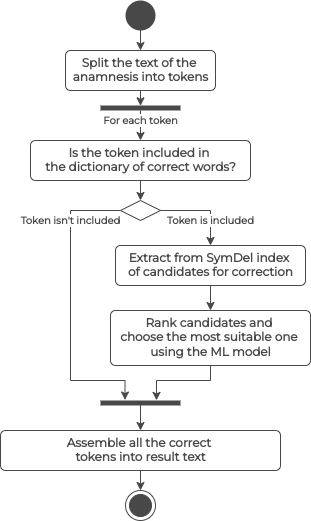
Earlier version of the draw.io export figures/spellchecking_process.png (DmitryPogrebnoy/MedSpellChecker). Source tidied: cells renumbered, new cells last; positions are measured from the earlier drawing's top-left corner, leaving out a move shared by most shapes. Its diagram source:
```xml
<mxGraphModel>
  <root>
    <mxCell id="0" />
    <mxCell id="1" parent="0" />
    <mxCell id="2" style="edgeStyle=orthogonalEdgeStyle;rounded=0;jettySize=auto;html=1;exitX=0.5;exitY=1;exitDx=0;exitDy=0;entryX=0.5;entryY=0;entryDx=0;entryDy=0;strokeColor=#484848;" parent="1" edge="1" source="3" target="4">
      <mxGeometry relative="1" as="geometry">
        <Array as="points">
          <mxPoint x="140" y="10" />
        </Array>
      </mxGeometry>
    </mxCell>
    <mxCell id="3" style="ellipse;fillColor=#484848;strokeColor=none;" parent="1" vertex="1">
      <mxGeometry x="125" width="30" height="30" as="geometry" />
    </mxCell>
    <mxCell id="4" value="&lt;font color=&quot;#484848&quot;&gt;&lt;b&gt;Split the text of the &lt;br&gt;anamnesis into tokens&lt;/b&gt;&lt;/font&gt;" style="html=1;align=center;verticalAlign=top;rounded=1;absoluteArcSize=1;arcSize=10;dashed=0;fillColor=#FFFFFF;strokeColor=#484848;fontFamily=Montserrat;fontSource=https%3A%2F%2Ffonts.googleapis.com%2Fcss%3Ffamily%3DMontserrat;" parent="1" vertex="1">
      <mxGeometry x="65" y="50" width="150" height="40" as="geometry" />
    </mxCell>
    <mxCell id="5" value="&lt;b style=&quot;color: rgb(72 , 72 , 72) ; font-family: &amp;#34;montserrat&amp;#34; ; font-size: x-small ; font-style: normal ; letter-spacing: normal ; text-align: center ; text-indent: 0px ; text-transform: none ; word-spacing: 0px&quot;&gt;For each token&lt;/b&gt;" style="edgeStyle=orthogonalEdgeStyle;rounded=0;jettySize=auto;html=1;strokeColor=#484848;exitX=1.031;exitY=0.5;exitDx=0;exitDy=0;exitPerimeter=0;" parent="1" edge="1" source="19" target="6">
      <mxGeometry x="0.2" relative="1" as="geometry" />
    </mxCell>
    <mxCell id="6" value="&lt;b&gt;&lt;font color=&quot;#484848&quot;&gt;Is the token included in &lt;br&gt;the dictionary of correct words?&lt;/font&gt;&lt;/b&gt;" style="html=1;align=center;verticalAlign=top;rounded=1;absoluteArcSize=1;arcSize=10;dashed=0;fillColor=#FFFFFF;strokeColor=#484848;fontFamily=Montserrat;fontSource=https%3A%2F%2Ffonts.googleapis.com%2Fcss%3Ffamily%3DMontserrat;" parent="1" vertex="1">
      <mxGeometry x="30" y="140" width="220" height="40" as="geometry" />
    </mxCell>
    <mxCell id="7" style="rhombus;strokeColor=#484848;fillColor=#FFFFFF;direction=north;rotation=90;" parent="1" vertex="1">
      <mxGeometry x="130" y="190" width="20" height="40" as="geometry" />
    </mxCell>
    <mxCell id="8" style="edgeStyle=orthogonalEdgeStyle;rounded=0;jettySize=auto;html=1;strokeColor=#484848;exitX=0.5;exitY=1;exitDx=0;exitDy=0;entryX=0.5;entryY=0;entryDx=0;entryDy=0;" parent="1" edge="1" source="6" target="7">
      <mxGeometry x="-0.11" relative="1" as="geometry" />
    </mxCell>
    <mxCell id="9" value="&lt;font color=&quot;#484848&quot; face=&quot;montserrat&quot; size=&quot;1&quot;&gt;&lt;b&gt;Token is included&lt;/b&gt;&lt;/font&gt;" style="edgeStyle=orthogonalEdgeStyle;rounded=0;jettySize=auto;html=1;strokeColor=#484848;exitX=1;exitY=0.5;exitDx=0;exitDy=0;entryX=0.5;entryY=0;entryDx=0;entryDy=0;" parent="1" edge="1" source="7" target="11">
      <mxGeometry x="0.41" relative="1" as="geometry" />
    </mxCell>
    <mxCell id="10" value="&lt;b style=&quot;font-style: normal ; letter-spacing: normal ; text-align: center ; text-indent: 0px ; text-transform: none ; word-spacing: 0px ; color: rgb(72 , 72 , 72) ; font-family: &amp;#34;montserrat&amp;#34; ; font-size: x-small&quot;&gt;Token isn't included&lt;/b&gt;" style="edgeStyle=orthogonalEdgeStyle;rounded=0;jettySize=auto;html=1;strokeColor=#484848;exitX=0;exitY=0.5;exitDx=0;exitDy=0;entryX=-0.098;entryY=0.694;entryDx=0;entryDy=0;entryPerimeter=0;" parent="1" edge="1" source="7" target="20">
      <mxGeometry x="-0.59" relative="1" as="geometry">
        <Array as="points">
          <mxPoint x="70" y="210" />
          <mxPoint x="70" y="380" />
          <mxPoint x="125" y="380" />
        </Array>
      </mxGeometry>
    </mxCell>
    <mxCell id="11" value="&lt;font color=&quot;#484848&quot;&gt;&lt;b&gt;Extract from SymDel index &lt;br&gt;of candidates for correction&lt;/b&gt;&lt;/font&gt;" style="html=1;align=center;verticalAlign=top;rounded=1;absoluteArcSize=1;arcSize=10;dashed=0;fillColor=#FFFFFF;strokeColor=#484848;fontFamily=Montserrat;fontSource=https%3A%2F%2Ffonts.googleapis.com%2Fcss%3Ffamily%3DMontserrat;" parent="1" vertex="1">
      <mxGeometry x="115" y="245" width="190" height="40" as="geometry" />
    </mxCell>
    <mxCell id="12" value="&lt;font color=&quot;#484848&quot;&gt;&lt;b&gt;Rank candidates and &lt;br&gt;choose the most suitable one &lt;br&gt;using the ML model&lt;/b&gt;&lt;/font&gt;" style="html=1;align=center;verticalAlign=top;rounded=1;absoluteArcSize=1;arcSize=10;dashed=0;fillColor=#FFFFFF;strokeColor=#484848;fontFamily=Montserrat;fontSource=https%3A%2F%2Ffonts.googleapis.com%2Fcss%3Ffamily%3DMontserrat;" parent="1" vertex="1">
      <mxGeometry x="110" y="310" width="200" height="55" as="geometry" />
    </mxCell>
    <mxCell id="13" style="edgeStyle=orthogonalEdgeStyle;rounded=0;jettySize=auto;html=1;strokeColor=#484848;exitX=0.5;exitY=1;exitDx=0;exitDy=0;entryX=0.5;entryY=0;entryDx=0;entryDy=0;" parent="1" edge="1" source="11" target="12">
      <mxGeometry x="-0.11" relative="1" as="geometry" />
    </mxCell>
    <mxCell id="14" value="&lt;font color=&quot;#484848&quot;&gt;&lt;b&gt;Assemble all the correct &lt;br&gt;tokens into result text&lt;/b&gt;&lt;/font&gt;" style="html=1;align=center;verticalAlign=top;rounded=1;absoluteArcSize=1;arcSize=10;dashed=0;fillColor=#FFFFFF;strokeColor=#484848;fontFamily=Montserrat;fontSource=https%3A%2F%2Ffonts.googleapis.com%2Fcss%3Ffamily%3DMontserrat;" parent="1" vertex="1">
      <mxGeometry y="430" width="280" height="40" as="geometry" />
    </mxCell>
    <mxCell id="15" style="edgeStyle=orthogonalEdgeStyle;rounded=0;jettySize=auto;html=1;strokeColor=#484848;exitX=0.5;exitY=1;exitDx=0;exitDy=0;entryX=-0.027;entryY=0.301;entryDx=0;entryDy=0;entryPerimeter=0;" parent="1" edge="1" source="12" target="20">
      <mxGeometry x="-0.11" relative="1" as="geometry">
        <Array as="points">
          <mxPoint x="210" y="380" />
          <mxPoint x="156" y="380" />
          <mxPoint x="156" y="400" />
        </Array>
      </mxGeometry>
    </mxCell>
    <mxCell id="16" style="ellipse;html=1;shape=endState;fillColor=#484848;strokeColor=#484848;" parent="1" vertex="1">
      <mxGeometry x="125" y="490" width="30" height="30" as="geometry" />
    </mxCell>
    <mxCell id="17" style="edgeStyle=orthogonalEdgeStyle;rounded=0;jettySize=auto;html=1;strokeColor=#484848;exitX=0.5;exitY=1;exitDx=0;exitDy=0;entryX=0.5;entryY=0;entryDx=0;entryDy=0;" parent="1" edge="1" source="14" target="16">
      <mxGeometry x="-0.11" relative="1" as="geometry" />
    </mxCell>
    <mxCell id="18" style="edgeStyle=orthogonalEdgeStyle;rounded=0;jettySize=auto;html=1;strokeColor=#484848;exitX=0.5;exitY=1;exitDx=0;exitDy=0;entryX=0.063;entryY=0.5;entryDx=0;entryDy=0;entryPerimeter=0;" parent="1" edge="1" source="4" target="19">
      <mxGeometry x="-0.11" relative="1" as="geometry" />
    </mxCell>
    <mxCell id="19" style="html=1;points=[];perimeter=orthogonalPerimeter;strokeColor=none;fillColor=#484848;direction=south;" parent="1" vertex="1">
      <mxGeometry x="100" y="105" width="80" height="5" as="geometry" />
    </mxCell>
    <mxCell id="20" style="html=1;points=[];perimeter=orthogonalPerimeter;strokeColor=none;fillColor=#484848;direction=south;" parent="1" vertex="1">
      <mxGeometry x="100" y="400" width="80" height="5" as="geometry" />
    </mxCell>
    <mxCell id="21" style="edgeStyle=orthogonalEdgeStyle;rounded=0;jettySize=auto;html=1;strokeColor=#484848;entryX=0.5;entryY=0;entryDx=0;entryDy=0;exitX=0.874;exitY=0.5;exitDx=0;exitDy=0;exitPerimeter=0;" parent="1" edge="1" source="20" target="14">
      <mxGeometry x="-0.11" relative="1" as="geometry" />
    </mxCell>
  </root>
</mxGraphModel>
```
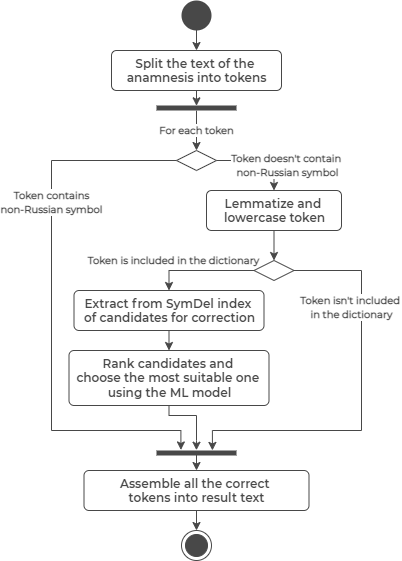
After the commit.

Change to the diagram source:
```diff
@@ -5,78 +5,101 @@
     <mxCell id="2" style="edgeStyle=orthogonalEdgeStyle;rounded=0;jettySize=auto;html=1;exitX=0.5;exitY=1;exitDx=0;exitDy=0;entryX=0.5;entryY=0;entryDx=0;entryDy=0;strokeColor=#484848;" parent="1" edge="1" source="3" target="4">
       <mxGeometry relative="1" as="geometry">
         <Array as="points">
-          <mxPoint x="140" y="10" />
+          <mxPoint x="140" y="-170" />
         </Array>
       </mxGeometry>
     </mxCell>
     <mxCell id="3" style="ellipse;fillColor=#484848;strokeColor=none;" parent="1" vertex="1">
-      <mxGeometry x="125" width="30" height="30" as="geometry" />
+      <mxGeometry x="125" y="-180" width="30" height="30" as="geometry" />
     </mxCell>
-    <mxCell id="4" value="&lt;font color=&quot;#484848&quot;&gt;&lt;b&gt;Split the text of the &lt;br&gt;anamnesis into tokens&lt;/b&gt;&lt;/font&gt;" style="html=1;align=center;verticalAlign=top;rounded=1;absoluteArcSize=1;arcSize=10;dashed=0;fillColor=#FFFFFF;strokeColor=#484848;fontFamily=Montserrat;fontSource=https%3A%2F%2Ffonts.googleapis.com%2Fcss%3Ffamily%3DMontserrat;" parent="1" vertex="1">
-      <mxGeometry x="65" y="50" width="150" height="40" as="geometry" />
+    <mxCell id="4" value="&lt;font color=&quot;#484848&quot;&gt;&lt;b&gt;Split the text of the &lt;br&gt;anamnesis into tokens&lt;/b&gt;&lt;/font&gt;" style="html=1;align=center;verticalAlign=top;rounded=1;absoluteArcSize=1;arcSize=10;dashed=0;fillColor=#FFFFFF;strokeColor=#484848;fontFamily=Montserrat Semibold;" parent="1" vertex="1">
+      <mxGeometry x="55" y="-130" width="170" height="40" as="geometry" />
     </mxCell>
-    <mxCell id="5" value="&lt;b style=&quot;color: rgb(72 , 72 , 72) ; font-family: &amp;#34;montserrat&amp;#34; ; font-size: x-small ; font-style: normal ; letter-spacing: normal ; text-align: center ; text-indent: 0px ; text-transform: none ; word-spacing: 0px&quot;&gt;For each token&lt;/b&gt;" style="edgeStyle=orthogonalEdgeStyle;rounded=0;jettySize=auto;html=1;strokeColor=#484848;exitX=1.031;exitY=0.5;exitDx=0;exitDy=0;exitPerimeter=0;" parent="1" edge="1" source="19" target="6">
-      <mxGeometry x="0.2" relative="1" as="geometry" />
+    <mxCell id="5" value="&lt;b style=&quot;color: rgb(72 , 72 , 72) ; font-family: &amp;#34;montserrat&amp;#34; ; font-size: x-small ; font-style: normal ; letter-spacing: normal ; text-align: center ; text-indent: 0px ; text-transform: none ; word-spacing: 0px&quot;&gt;For each token&lt;/b&gt;" style="edgeStyle=orthogonalEdgeStyle;rounded=0;jettySize=auto;html=1;strokeColor=#484848;exitX=1.031;exitY=0.5;exitDx=0;exitDy=0;exitPerimeter=0;fontFamily=Montserrat Semibold;entryX=0.5;entryY=0;entryDx=0;entryDy=0;" parent="1" edge="1" source="19" target="23">
+      <mxGeometry relative="1" as="geometry" />
     </mxCell>
-    <mxCell id="6" value="&lt;b&gt;&lt;font color=&quot;#484848&quot;&gt;Is the token included in &lt;br&gt;the dictionary of correct words?&lt;/font&gt;&lt;/b&gt;" style="html=1;align=center;verticalAlign=top;rounded=1;absoluteArcSize=1;arcSize=10;dashed=0;fillColor=#FFFFFF;strokeColor=#484848;fontFamily=Montserrat;fontSource=https%3A%2F%2Ffonts.googleapis.com%2Fcss%3Ffamily%3DMontserrat;" parent="1" vertex="1">
-      <mxGeometry x="30" y="140" width="220" height="40" as="geometry" />
-    </mxCell>
-    <mxCell id="7" style="rhombus;strokeColor=#484848;fillColor=#FFFFFF;direction=north;rotation=90;" parent="1" vertex="1">
-      <mxGeometry x="130" y="190" width="20" height="40" as="geometry" />
+    <mxCell id="7" style="rhombus;strokeColor=#484848;fillColor=#FFFFFF;direction=north;rotation=90;fontFamily=Montserrat Semibold;" parent="1" vertex="1">
+      <mxGeometry x="207.5" y="70" width="20" height="40" as="geometry" />
     </mxCell>
-    <mxCell id="8" style="edgeStyle=orthogonalEdgeStyle;rounded=0;jettySize=auto;html=1;strokeColor=#484848;exitX=0.5;exitY=1;exitDx=0;exitDy=0;entryX=0.5;entryY=0;entryDx=0;entryDy=0;" parent="1" edge="1" source="6" target="7">
-      <mxGeometry x="-0.11" relative="1" as="geometry" />
-    </mxCell>
-    <mxCell id="9" value="&lt;font color=&quot;#484848&quot; face=&quot;montserrat&quot; size=&quot;1&quot;&gt;&lt;b&gt;Token is included&lt;/b&gt;&lt;/font&gt;" style="edgeStyle=orthogonalEdgeStyle;rounded=0;jettySize=auto;html=1;strokeColor=#484848;exitX=1;exitY=0.5;exitDx=0;exitDy=0;entryX=0.5;entryY=0;entryDx=0;entryDy=0;" parent="1" edge="1" source="7" target="11">
-      <mxGeometry x="0.41" relative="1" as="geometry" />
+    <mxCell id="9" value="&lt;font color=&quot;#484848&quot; face=&quot;montserrat&quot; size=&quot;1&quot;&gt;&lt;b&gt;Token is included in the dictionary&lt;br&gt;&lt;/b&gt;&lt;/font&gt;" style="edgeStyle=orthogonalEdgeStyle;rounded=0;jettySize=auto;html=1;strokeColor=#484848;exitX=0;exitY=0.5;exitDx=0;exitDy=0;entryX=0.5;entryY=0;entryDx=0;entryDy=0;fontFamily=Montserrat Semibold;" parent="1" edge="1" source="7" target="11">
+      <mxGeometry x="0.56" y="-10" relative="1" as="geometry">
+        <Array as="points">
+          <mxPoint x="113" y="90" />
+        </Array>
+        <mxPoint x="1" as="offset" />
+      </mxGeometry>
     </mxCell>
-    <mxCell id="10" value="&lt;b style=&quot;font-style: normal ; letter-spacing: normal ; text-align: center ; text-indent: 0px ; text-transform: none ; word-spacing: 0px ; color: rgb(72 , 72 , 72) ; font-family: &amp;#34;montserrat&amp;#34; ; font-size: x-small&quot;&gt;Token isn't included&lt;/b&gt;" style="edgeStyle=orthogonalEdgeStyle;rounded=0;jettySize=auto;html=1;strokeColor=#484848;exitX=0;exitY=0.5;exitDx=0;exitDy=0;entryX=-0.098;entryY=0.694;entryDx=0;entryDy=0;entryPerimeter=0;" parent="1" edge="1" source="7" target="20">
-      <mxGeometry x="-0.59" relative="1" as="geometry">
+    <mxCell id="10" value="&lt;b style=&quot;font-style: normal ; letter-spacing: normal ; text-align: center ; text-indent: 0px ; text-transform: none ; word-spacing: 0px ; color: rgb(72 , 72 , 72) ; font-family: &amp;quot;montserrat&amp;quot; ; font-size: x-small&quot;&gt;Token isn't included &lt;br&gt;in the dictionary&lt;/b&gt;" style="edgeStyle=orthogonalEdgeStyle;rounded=0;jettySize=auto;html=1;strokeColor=#484848;exitX=1;exitY=0.5;exitDx=0;exitDy=0;entryX=-0.016;entryY=0.301;entryDx=0;entryDy=0;entryPerimeter=0;fontFamily=Montserrat Semibold;" parent="1" edge="1" source="7" target="20">
+      <mxGeometry x="-0.48" y="-10" relative="1" as="geometry">
         <Array as="points">
-          <mxPoint x="70" y="210" />
-          <mxPoint x="70" y="380" />
-          <mxPoint x="125" y="380" />
+          <mxPoint x="305" y="90" />
+          <mxPoint x="305" y="250" />
+          <mxPoint x="156" y="250" />
         </Array>
+        <mxPoint y="1" as="offset" />
       </mxGeometry>
     </mxCell>
-    <mxCell id="11" value="&lt;font color=&quot;#484848&quot;&gt;&lt;b&gt;Extract from SymDel index &lt;br&gt;of candidates for correction&lt;/b&gt;&lt;/font&gt;" style="html=1;align=center;verticalAlign=top;rounded=1;absoluteArcSize=1;arcSize=10;dashed=0;fillColor=#FFFFFF;strokeColor=#484848;fontFamily=Montserrat;fontSource=https%3A%2F%2Ffonts.googleapis.com%2Fcss%3Ffamily%3DMontserrat;" parent="1" vertex="1">
-      <mxGeometry x="115" y="245" width="190" height="40" as="geometry" />
+    <mxCell id="11" value="&lt;font color=&quot;#484848&quot;&gt;&lt;b&gt;Extract from SymDel index &lt;br&gt;of candidates for correction&lt;/b&gt;&lt;/font&gt;" style="html=1;align=center;verticalAlign=top;rounded=1;absoluteArcSize=1;arcSize=10;dashed=0;fillColor=#FFFFFF;strokeColor=#484848;fontFamily=Montserrat Semibold;" parent="1" vertex="1">
+      <mxGeometry x="17.5" y="110" width="190" height="40" as="geometry" />
     </mxCell>
-    <mxCell id="12" value="&lt;font color=&quot;#484848&quot;&gt;&lt;b&gt;Rank candidates and &lt;br&gt;choose the most suitable one &lt;br&gt;using the ML model&lt;/b&gt;&lt;/font&gt;" style="html=1;align=center;verticalAlign=top;rounded=1;absoluteArcSize=1;arcSize=10;dashed=0;fillColor=#FFFFFF;strokeColor=#484848;fontFamily=Montserrat;fontSource=https%3A%2F%2Ffonts.googleapis.com%2Fcss%3Ffamily%3DMontserrat;" parent="1" vertex="1">
-      <mxGeometry x="110" y="310" width="200" height="55" as="geometry" />
+    <mxCell id="12" value="&lt;font color=&quot;#484848&quot;&gt;&lt;b style=&quot;&quot;&gt;Rank candidates and &lt;br&gt;choose the most suitable one &lt;br&gt;using the ML model&lt;/b&gt;&lt;/font&gt;" style="html=1;align=center;verticalAlign=top;rounded=1;absoluteArcSize=1;arcSize=10;dashed=0;fillColor=#FFFFFF;strokeColor=#484848;fontFamily=Montserrat Semibold;" parent="1" vertex="1">
+      <mxGeometry x="12.5" y="170" width="200" height="55" as="geometry" />
     </mxCell>
-    <mxCell id="13" style="edgeStyle=orthogonalEdgeStyle;rounded=0;jettySize=auto;html=1;strokeColor=#484848;exitX=0.5;exitY=1;exitDx=0;exitDy=0;entryX=0.5;entryY=0;entryDx=0;entryDy=0;" parent="1" edge="1" source="11" target="12">
+    <mxCell id="13" style="edgeStyle=orthogonalEdgeStyle;rounded=0;jettySize=auto;html=1;strokeColor=#484848;exitX=0.5;exitY=1;exitDx=0;exitDy=0;entryX=0.5;entryY=0;entryDx=0;entryDy=0;fontFamily=Montserrat Semibold;" parent="1" edge="1" source="11" target="12">
       <mxGeometry x="-0.11" relative="1" as="geometry" />
     </mxCell>
-    <mxCell id="14" value="&lt;font color=&quot;#484848&quot;&gt;&lt;b&gt;Assemble all the correct &lt;br&gt;tokens into result text&lt;/b&gt;&lt;/font&gt;" style="html=1;align=center;verticalAlign=top;rounded=1;absoluteArcSize=1;arcSize=10;dashed=0;fillColor=#FFFFFF;strokeColor=#484848;fontFamily=Montserrat;fontSource=https%3A%2F%2Ffonts.googleapis.com%2Fcss%3Ffamily%3DMontserrat;" parent="1" vertex="1">
-      <mxGeometry y="430" width="280" height="40" as="geometry" />
+    <mxCell id="14" value="&lt;font color=&quot;#484848&quot;&gt;&lt;b&gt;Assemble all the correct &lt;br&gt;tokens into result text&lt;/b&gt;&lt;/font&gt;" style="html=1;align=center;verticalAlign=top;rounded=1;absoluteArcSize=1;arcSize=10;dashed=0;fillColor=#FFFFFF;strokeColor=#484848;fontFamily=Montserrat Semibold;" parent="1" vertex="1">
+      <mxGeometry x="27.5" y="290" width="225" height="40" as="geometry" />
     </mxCell>
-    <mxCell id="15" style="edgeStyle=orthogonalEdgeStyle;rounded=0;jettySize=auto;html=1;strokeColor=#484848;exitX=0.5;exitY=1;exitDx=0;exitDy=0;entryX=-0.027;entryY=0.301;entryDx=0;entryDy=0;entryPerimeter=0;" parent="1" edge="1" source="12" target="20">
+    <mxCell id="15" style="edgeStyle=orthogonalEdgeStyle;rounded=0;jettySize=auto;html=1;strokeColor=#484848;exitX=0.5;exitY=1;exitDx=0;exitDy=0;entryX=-0.056;entryY=0.501;entryDx=0;entryDy=0;entryPerimeter=0;fontFamily=Montserrat Semibold;" parent="1" edge="1" source="12" target="20">
       <mxGeometry x="-0.11" relative="1" as="geometry">
         <Array as="points">
-          <mxPoint x="210" y="380" />
-          <mxPoint x="156" y="380" />
-          <mxPoint x="156" y="400" />
+          <mxPoint x="140" y="235" />
+          <mxPoint x="140" y="260" />
+          <mxPoint x="140" y="260" />
         </Array>
       </mxGeometry>
     </mxCell>
-    <mxCell id="16" style="ellipse;html=1;shape=endState;fillColor=#484848;strokeColor=#484848;" parent="1" vertex="1">
-      <mxGeometry x="125" y="490" width="30" height="30" as="geometry" />
+    <mxCell id="16" style="ellipse;html=1;shape=endState;fillColor=#484848;strokeColor=#484848;fontFamily=Montserrat Semibold;" parent="1" vertex="1">
+      <mxGeometry x="125" y="350" width="30" height="30" as="geometry" />
     </mxCell>
-    <mxCell id="17" style="edgeStyle=orthogonalEdgeStyle;rounded=0;jettySize=auto;html=1;strokeColor=#484848;exitX=0.5;exitY=1;exitDx=0;exitDy=0;entryX=0.5;entryY=0;entryDx=0;entryDy=0;" parent="1" edge="1" source="14" target="16">
+    <mxCell id="17" style="edgeStyle=orthogonalEdgeStyle;rounded=0;jettySize=auto;html=1;strokeColor=#484848;exitX=0.5;exitY=1;exitDx=0;exitDy=0;entryX=0.5;entryY=0;entryDx=0;entryDy=0;fontFamily=Montserrat Semibold;" parent="1" edge="1" source="14" target="16">
       <mxGeometry x="-0.11" relative="1" as="geometry" />
     </mxCell>
-    <mxCell id="18" style="edgeStyle=orthogonalEdgeStyle;rounded=0;jettySize=auto;html=1;strokeColor=#484848;exitX=0.5;exitY=1;exitDx=0;exitDy=0;entryX=0.063;entryY=0.5;entryDx=0;entryDy=0;entryPerimeter=0;" parent="1" edge="1" source="4" target="19">
+    <mxCell id="18" style="edgeStyle=orthogonalEdgeStyle;rounded=0;jettySize=auto;html=1;strokeColor=#484848;exitX=0.5;exitY=1;exitDx=0;exitDy=0;entryX=0.063;entryY=0.5;entryDx=0;entryDy=0;entryPerimeter=0;fontFamily=Montserrat Semibold;" parent="1" edge="1" source="4" target="19">
       <mxGeometry x="-0.11" relative="1" as="geometry" />
     </mxCell>
-    <mxCell id="19" style="html=1;points=[];perimeter=orthogonalPerimeter;strokeColor=none;fillColor=#484848;direction=south;" parent="1" vertex="1">
-      <mxGeometry x="100" y="105" width="80" height="5" as="geometry" />
+    <mxCell id="19" style="html=1;points=[];perimeter=orthogonalPerimeter;strokeColor=none;fillColor=#484848;direction=south;fontFamily=Montserrat Semibold;" parent="1" vertex="1">
+      <mxGeometry x="100" y="-75" width="80" height="5" as="geometry" />
     </mxCell>
-    <mxCell id="20" style="html=1;points=[];perimeter=orthogonalPerimeter;strokeColor=none;fillColor=#484848;direction=south;" parent="1" vertex="1">
-      <mxGeometry x="100" y="400" width="80" height="5" as="geometry" />
+    <mxCell id="20" style="html=1;points=[];perimeter=orthogonalPerimeter;strokeColor=none;fillColor=#484848;direction=south;fontFamily=Montserrat Semibold;" parent="1" vertex="1">
+      <mxGeometry x="100" y="270" width="80" height="5" as="geometry" />
     </mxCell>
-    <mxCell id="21" style="edgeStyle=orthogonalEdgeStyle;rounded=0;jettySize=auto;html=1;strokeColor=#484848;entryX=0.5;entryY=0;entryDx=0;entryDy=0;exitX=0.874;exitY=0.5;exitDx=0;exitDy=0;exitPerimeter=0;" parent="1" edge="1" source="20" target="14">
+    <mxCell id="21" style="edgeStyle=orthogonalEdgeStyle;rounded=0;jettySize=auto;html=1;strokeColor=#484848;entryX=0.5;entryY=0;entryDx=0;entryDy=0;exitX=0.874;exitY=0.5;exitDx=0;exitDy=0;exitPerimeter=0;fontFamily=Montserrat Semibold;" parent="1" edge="1" source="20" target="14">
       <mxGeometry x="-0.11" relative="1" as="geometry" />
     </mxCell>
+    <mxCell id="22" value="&lt;font color=&quot;#484848&quot;&gt;&lt;b&gt;Lemmatize and &lt;br&gt;lowercase token&lt;/b&gt;&lt;/font&gt;" style="html=1;align=center;verticalAlign=top;rounded=1;absoluteArcSize=1;arcSize=10;dashed=0;fillColor=#FFFFFF;strokeColor=#484848;fontFamily=Montserrat Semibold;" parent="1" vertex="1">
+      <mxGeometry x="150" y="10" width="135" height="40" as="geometry" />
+    </mxCell>
+    <mxCell id="23" style="rhombus;strokeColor=#484848;fillColor=#FFFFFF;direction=north;rotation=90;fontFamily=Montserrat Semibold;" parent="1" vertex="1">
+      <mxGeometry x="130" y="-40" width="20" height="40" as="geometry" />
+    </mxCell>
+    <mxCell id="24" value="&lt;font size=&quot;1&quot; face=&quot;montserrat&quot; color=&quot;#484848&quot;&gt;&lt;b&gt;Token contains&lt;br&gt;non-Russian symbol&lt;/b&gt;&lt;/font&gt;" style="edgeStyle=orthogonalEdgeStyle;rounded=0;jettySize=auto;html=1;strokeColor=#484848;exitX=0;exitY=0.5;exitDx=0;exitDy=0;fontFamily=Montserrat Semibold;entryX=-0.111;entryY=0.695;entryDx=0;entryDy=0;entryPerimeter=0;" parent="1" edge="1" source="23" target="20">
+      <mxGeometry x="-0.39" relative="1" as="geometry">
+        <Array as="points">
+          <mxPoint x="-5" y="-20" />
+          <mxPoint x="-5" y="250" />
+          <mxPoint x="124" y="250" />
+        </Array>
+      </mxGeometry>
+    </mxCell>
+    <mxCell id="25" value="&lt;font color=&quot;#484848&quot; face=&quot;montserrat&quot; size=&quot;1&quot;&gt;&lt;b&gt;Token doesn't contain &lt;br&gt;non-Russian symbol&lt;br&gt;&lt;/b&gt;&lt;/font&gt;" style="edgeStyle=orthogonalEdgeStyle;rounded=0;jettySize=auto;html=1;strokeColor=#484848;exitX=1;exitY=0.5;exitDx=0;exitDy=0;fontFamily=Montserrat Semibold;entryX=0.5;entryY=0;entryDx=0;entryDy=0;" parent="1" edge="1" source="23" target="22">
+      <mxGeometry x="0.41" y="10" relative="1" as="geometry">
+        <mxPoint x="3" as="offset" />
+      </mxGeometry>
+    </mxCell>
+    <mxCell id="26" value="&lt;font color=&quot;#484848&quot; face=&quot;montserrat&quot; size=&quot;1&quot;&gt;&lt;b&gt;&lt;br&gt;&lt;/b&gt;&lt;/font&gt;" style="edgeStyle=orthogonalEdgeStyle;rounded=0;jettySize=auto;html=1;strokeColor=#484848;exitX=0.5;exitY=1;exitDx=0;exitDy=0;entryX=0.5;entryY=0;entryDx=0;entryDy=0;fontFamily=Montserrat Semibold;" parent="1" edge="1" source="22" target="7">
+      <mxGeometry x="0.41" relative="1" as="geometry" />
+    </mxCell>
   </root>
 </mxGraphModel>
```
